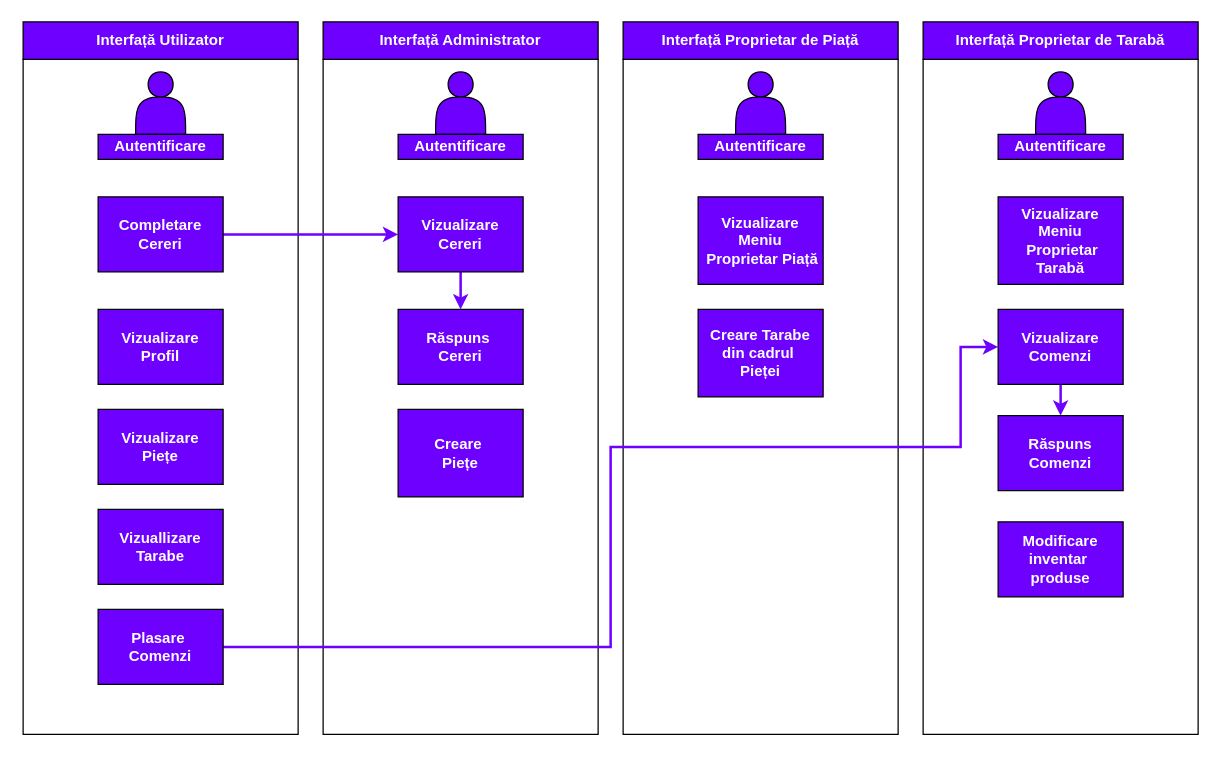
The draw.io diagram word/diagrame/modalitate-lucru-interfete.drawio in robertnitu02/proiect-diploma, before the edit. Source tidied: cells renumbered, new cells numbered last; positions are measured from the earlier drawing's top-left corner, leaving out a move shared by most shapes. Both pictures are drawn from the tidied source at 125%, with x=0, y=0 at pixel (22, 21).
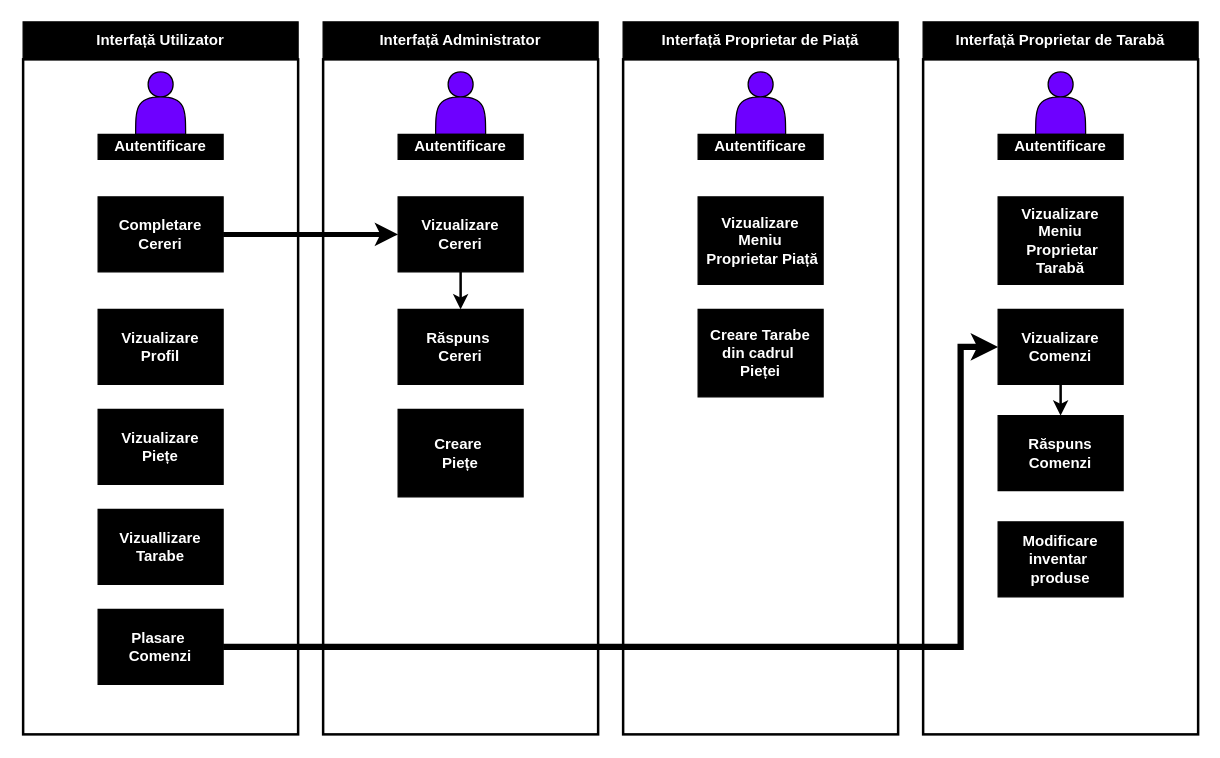
After the change.

What changed in the source:
```diff
@@
-    <mxCell id="2" style="rounded=0;whiteSpace=wrap;html=1;" parent="1" vertex="1">
+    <mxCell id="2" style="rounded=0;whiteSpace=wrap;html=1;strokeWidth=2;" parent="1" vertex="1">
       <mxGeometry y="30" width="220" height="540" as="geometry" />
     </mxCell>
-    <mxCell id="3" value="&lt;font style=&quot;color: rgb(255, 255, 255);&quot;&gt;&lt;b&gt;Interfață Utilizator&lt;/b&gt;&lt;/font&gt;" style="rounded=0;whiteSpace=wrap;html=1;fillStyle=solid;fillColor=#6E00FF;" parent="1" vertex="1">
+    <mxCell id="3" value="&lt;font style=&quot;color: rgb(255, 255, 255);&quot;&gt;&lt;b&gt;Interfață Utilizator&lt;/b&gt;&lt;/font&gt;" style="rounded=0;whiteSpace=wrap;html=1;fillStyle=solid;fillColor=#000000;" parent="1" vertex="1">
       <mxGeometry width="220" height="30" as="geometry" />
     </mxCell>
-    <mxCell id="4" style="rounded=0;whiteSpace=wrap;html=1;" parent="1" vertex="1">
+    <mxCell id="4" style="rounded=0;whiteSpace=wrap;html=1;strokeWidth=2;" parent="1" vertex="1">
       <mxGeometry x="240" y="30" width="220" height="540" as="geometry" />
     </mxCell>
-    <mxCell id="5" value="&lt;font style=&quot;color: rgb(255, 255, 255);&quot;&gt;&lt;b&gt;Interfață Administrator&lt;/b&gt;&lt;/font&gt;" style="rounded=0;whiteSpace=wrap;html=1;fillStyle=solid;fillColor=#6E00FF;" parent="1" vertex="1">
+    <mxCell id="5" value="&lt;font style=&quot;color: rgb(255, 255, 255);&quot;&gt;&lt;b&gt;Interfață Administrator&lt;/b&gt;&lt;/font&gt;" style="rounded=0;whiteSpace=wrap;html=1;fillStyle=solid;fillColor=#000000;" parent="1" vertex="1">
       <mxGeometry x="240" width="220" height="30" as="geometry" />
     </mxCell>
-    <mxCell id="6" style="rounded=0;whiteSpace=wrap;html=1;" parent="1" vertex="1">
+    <mxCell id="6" style="rounded=0;whiteSpace=wrap;html=1;strokeWidth=2;" parent="1" vertex="1">
       <mxGeometry x="480" y="30" width="220" height="540" as="geometry" />
     </mxCell>
-    <mxCell id="7" value="&lt;font style=&quot;color: rgb(255, 255, 255);&quot;&gt;&lt;b&gt;Interfață Proprietar de Piață&lt;/b&gt;&lt;/font&gt;" style="rounded=0;whiteSpace=wrap;html=1;fillStyle=solid;fillColor=#6E00FF;" parent="1" vertex="1">
+    <mxCell id="7" value="&lt;font style=&quot;color: rgb(255, 255, 255);&quot;&gt;&lt;b&gt;Interfață Proprietar de Piață&lt;/b&gt;&lt;/font&gt;" style="rounded=0;whiteSpace=wrap;html=1;fillStyle=solid;fillColor=#000000;" parent="1" vertex="1">
       <mxGeometry x="480" width="220" height="30" as="geometry" />
     </mxCell>
-    <mxCell id="8" style="rounded=0;whiteSpace=wrap;html=1;" parent="1" vertex="1">
+    <mxCell id="8" style="rounded=0;whiteSpace=wrap;html=1;strokeWidth=2;" parent="1" vertex="1">
       <mxGeometry x="720" y="30" width="220" height="540" as="geometry" />
     </mxCell>
-    <mxCell id="9" value="&lt;font style=&quot;color: rgb(255, 255, 255);&quot;&gt;&lt;b&gt;Interfață Proprietar de Tarabă&lt;/b&gt;&lt;/font&gt;" style="rounded=0;whiteSpace=wrap;html=1;fillStyle=solid;fillColor=#6E00FF;" parent="1" vertex="1">
+    <mxCell id="9" value="&lt;font style=&quot;color: rgb(255, 255, 255);&quot;&gt;&lt;b&gt;Interfață Proprietar de Tarabă&lt;/b&gt;&lt;/font&gt;" style="rounded=0;whiteSpace=wrap;html=1;fillStyle=solid;fillColor=#000000;" parent="1" vertex="1">
       <mxGeometry x="720" width="220" height="30" as="geometry" />
     </mxCell>
@@
-    <mxCell id="11" value="&lt;font style=&quot;color: rgb(255, 255, 255);&quot;&gt;&lt;b&gt;Autentificare&lt;/b&gt;&lt;/font&gt;" style="rounded=0;whiteSpace=wrap;html=1;fillColor=#6E00FF;" parent="1" vertex="1">
+    <mxCell id="11" value="&lt;font style=&quot;color: rgb(255, 255, 255);&quot;&gt;&lt;b&gt;Autentificare&lt;/b&gt;&lt;/font&gt;" style="rounded=0;whiteSpace=wrap;html=1;fillColor=#000000;" parent="1" vertex="1">
       <mxGeometry x="60" y="90" width="100" height="20" as="geometry" />
     </mxCell>
@@
-    <mxCell id="13" value="&lt;font style=&quot;color: rgb(255, 255, 255);&quot;&gt;&lt;b&gt;Autentificare&lt;/b&gt;&lt;/font&gt;" style="rounded=0;whiteSpace=wrap;html=1;fillColor=#6E00FF;" parent="1" vertex="1">
+    <mxCell id="13" value="&lt;font style=&quot;color: rgb(255, 255, 255);&quot;&gt;&lt;b&gt;Autentificare&lt;/b&gt;&lt;/font&gt;" style="rounded=0;whiteSpace=wrap;html=1;fillColor=#000000;" parent="1" vertex="1">
       <mxGeometry x="300" y="90" width="100" height="20" as="geometry" />
     </mxCell>
@@
-    <mxCell id="15" value="&lt;font style=&quot;color: rgb(255, 255, 255);&quot;&gt;&lt;b&gt;Autentificare&lt;/b&gt;&lt;/font&gt;" style="rounded=0;whiteSpace=wrap;html=1;fillColor=#6E00FF;" parent="1" vertex="1">
+    <mxCell id="15" value="&lt;font style=&quot;color: rgb(255, 255, 255);&quot;&gt;&lt;b&gt;Autentificare&lt;/b&gt;&lt;/font&gt;" style="rounded=0;whiteSpace=wrap;html=1;fillColor=#000000;" parent="1" vertex="1">
       <mxGeometry x="540" y="90" width="100" height="20" as="geometry" />
     </mxCell>
@@
-    <mxCell id="17" value="&lt;font style=&quot;color: rgb(255, 255, 255);&quot;&gt;&lt;b&gt;Autentificare&lt;/b&gt;&lt;/font&gt;" style="rounded=0;whiteSpace=wrap;html=1;fillColor=#6E00FF;" parent="1" vertex="1">
+    <mxCell id="17" value="&lt;font style=&quot;color: rgb(255, 255, 255);&quot;&gt;&lt;b&gt;Autentificare&lt;/b&gt;&lt;/font&gt;" style="rounded=0;whiteSpace=wrap;html=1;fillColor=#000000;" parent="1" vertex="1">
       <mxGeometry x="780" y="90" width="100" height="20" as="geometry" />
     </mxCell>
-    <mxCell id="18" style="edgeStyle=orthogonalEdgeStyle;rounded=0;jettySize=auto;html=1;entryX=0;entryY=0.5;entryDx=0;entryDy=0;strokeColor=#6E00FF;strokeWidth=2;" parent="1" edge="1" source="19" target="21">
+    <mxCell id="18" style="edgeStyle=orthogonalEdgeStyle;rounded=0;jettySize=auto;html=1;entryX=0;entryY=0.5;entryDx=0;entryDy=0;strokeColor=#000000;strokeWidth=4;" parent="1" edge="1" source="19" target="21">
       <mxGeometry relative="1" as="geometry" />
     </mxCell>
-    <mxCell id="19" value="&lt;font style=&quot;color: rgb(255, 255, 255);&quot;&gt;&lt;b&gt;Completare Cereri&lt;/b&gt;&lt;/font&gt;" style="rounded=0;whiteSpace=wrap;html=1;fillColor=#6E00FF;" parent="1" vertex="1">
+    <mxCell id="19" value="&lt;font style=&quot;color: rgb(255, 255, 255);&quot;&gt;&lt;b&gt;Completare Cereri&lt;/b&gt;&lt;/font&gt;" style="rounded=0;whiteSpace=wrap;html=1;fillColor=light-dark(#000000,#FFA5FF);" parent="1" vertex="1">
       <mxGeometry x="60" y="140" width="100" height="60" as="geometry" />
     </mxCell>
-    <mxCell id="20" style="edgeStyle=orthogonalEdgeStyle;rounded=0;jettySize=auto;html=1;strokeColor=#6E00FF;strokeWidth=2;" parent="1" edge="1" source="21" target="22">
+    <mxCell id="20" style="edgeStyle=orthogonalEdgeStyle;rounded=0;jettySize=auto;html=1;strokeColor=#000000;strokeWidth=2;" parent="1" edge="1" source="21" target="22">
       <mxGeometry relative="1" as="geometry" />
     </mxCell>
-    <mxCell id="21" value="&lt;font style=&quot;color: rgb(255, 255, 255);&quot;&gt;&lt;b&gt;Vizualizare Cereri&lt;/b&gt;&lt;/font&gt;" style="rounded=0;whiteSpace=wrap;html=1;fillColor=#6E00FF;" parent="1" vertex="1">
+    <mxCell id="21" value="&lt;font style=&quot;color: rgb(255, 255, 255);&quot;&gt;&lt;b&gt;Vizualizare Cereri&lt;/b&gt;&lt;/font&gt;" style="rounded=0;whiteSpace=wrap;html=1;fillColor=#000000;" parent="1" vertex="1">
       <mxGeometry x="300" y="140" width="100" height="60" as="geometry" />
     </mxCell>
-    <mxCell id="22" value="&lt;font color=&quot;#ffffff&quot;&gt;&lt;b&gt;Răspuns&amp;nbsp;&lt;/b&gt;&lt;/font&gt;&lt;div&gt;&lt;font color=&quot;#ffffff&quot;&gt;&lt;b&gt;Cereri&lt;/b&gt;&lt;/font&gt;&lt;/div&gt;" style="rounded=0;whiteSpace=wrap;html=1;fillColor=#6E00FF;" parent="1" vertex="1">
+    <mxCell id="22" value="&lt;font color=&quot;#ffffff&quot;&gt;&lt;b&gt;Răspuns&amp;nbsp;&lt;/b&gt;&lt;/font&gt;&lt;div&gt;&lt;font color=&quot;#ffffff&quot;&gt;&lt;b&gt;Cereri&lt;/b&gt;&lt;/font&gt;&lt;/div&gt;" style="rounded=0;whiteSpace=wrap;html=1;fillColor=#000000;" parent="1" vertex="1">
       <mxGeometry x="300" y="230" width="100" height="60" as="geometry" />
     </mxCell>
-    <mxCell id="23" value="&lt;font style=&quot;color: rgb(255, 255, 255);&quot;&gt;&lt;b&gt;Vizualizare&lt;/b&gt;&lt;/font&gt;&lt;div&gt;&lt;font style=&quot;color: rgb(255, 255, 255);&quot;&gt;&lt;b&gt;Profil&lt;/b&gt;&lt;/font&gt;&lt;/div&gt;" style="rounded=0;whiteSpace=wrap;html=1;fillColor=#6E00FF;" parent="1" vertex="1">
+    <mxCell id="23" value="&lt;font style=&quot;color: rgb(255, 255, 255);&quot;&gt;&lt;b&gt;Vizualizare&lt;/b&gt;&lt;/font&gt;&lt;div&gt;&lt;font style=&quot;color: rgb(255, 255, 255);&quot;&gt;&lt;b&gt;Profil&lt;/b&gt;&lt;/font&gt;&lt;/div&gt;" style="rounded=0;whiteSpace=wrap;html=1;fillColor=#000000;" parent="1" vertex="1">
       <mxGeometry x="60" y="230" width="100" height="60" as="geometry" />
     </mxCell>
-    <mxCell id="24" value="&lt;font color=&quot;#ffffff&quot;&gt;&lt;b&gt;Vizualizare&lt;/b&gt;&lt;/font&gt;&lt;div&gt;&lt;font color=&quot;#ffffff&quot;&gt;&lt;b&gt;Piețe&lt;/b&gt;&lt;/font&gt;&lt;/div&gt;" style="rounded=0;whiteSpace=wrap;html=1;fillColor=#6E00FF;" parent="1" vertex="1">
+    <mxCell id="24" value="&lt;font color=&quot;#ffffff&quot;&gt;&lt;b&gt;Vizualizare&lt;/b&gt;&lt;/font&gt;&lt;div&gt;&lt;font color=&quot;#ffffff&quot;&gt;&lt;b&gt;Piețe&lt;/b&gt;&lt;/font&gt;&lt;/div&gt;" style="rounded=0;whiteSpace=wrap;html=1;fillColor=#000000;" parent="1" vertex="1">
       <mxGeometry x="60" y="310" width="100" height="60" as="geometry" />
     </mxCell>
-    <mxCell id="25" value="&lt;font color=&quot;#ffffff&quot;&gt;&lt;b&gt;Vizuallizare Tarabe&lt;/b&gt;&lt;/font&gt;" style="rounded=0;whiteSpace=wrap;html=1;fillColor=#6E00FF;" parent="1" vertex="1">
+    <mxCell id="25" value="&lt;font color=&quot;#ffffff&quot;&gt;&lt;b&gt;Vizuallizare Tarabe&lt;/b&gt;&lt;/font&gt;" style="rounded=0;whiteSpace=wrap;html=1;fillColor=#000000;" parent="1" vertex="1">
       <mxGeometry x="60" y="390" width="100" height="60" as="geometry" />
     </mxCell>
-    <mxCell id="26" value="&lt;font color=&quot;#ffffff&quot;&gt;&lt;b&gt;Vizualizare Meniu&lt;/b&gt;&lt;/font&gt;&lt;div&gt;&lt;font color=&quot;#ffffff&quot;&gt;&lt;b&gt;&amp;nbsp;Proprietar Piață&lt;/b&gt;&lt;/font&gt;&lt;/div&gt;" style="rounded=0;whiteSpace=wrap;html=1;fillColor=#6E00FF;" parent="1" vertex="1">
+    <mxCell id="26" value="&lt;font color=&quot;#ffffff&quot;&gt;&lt;b&gt;Vizualizare Meniu&lt;/b&gt;&lt;/font&gt;&lt;div&gt;&lt;font color=&quot;#ffffff&quot;&gt;&lt;b&gt;&amp;nbsp;Proprietar Piață&lt;/b&gt;&lt;/font&gt;&lt;/div&gt;" style="rounded=0;whiteSpace=wrap;html=1;fillColor=#000000;" parent="1" vertex="1">
       <mxGeometry x="540" y="140" width="100" height="70" as="geometry" />
     </mxCell>
-    <mxCell id="27" value="&lt;div&gt;&lt;font color=&quot;#ffffff&quot;&gt;&lt;b&gt;Creare&amp;nbsp;&lt;/b&gt;&lt;/font&gt;&lt;/div&gt;&lt;div&gt;&lt;font color=&quot;#ffffff&quot;&gt;&lt;b&gt;Piețe&lt;/b&gt;&lt;/font&gt;&lt;/div&gt;" style="rounded=0;whiteSpace=wrap;html=1;fillColor=#6E00FF;" parent="1" vertex="1">
+    <mxCell id="27" value="&lt;div&gt;&lt;font color=&quot;#ffffff&quot;&gt;&lt;b&gt;Creare&amp;nbsp;&lt;/b&gt;&lt;/font&gt;&lt;/div&gt;&lt;div&gt;&lt;font color=&quot;#ffffff&quot;&gt;&lt;b&gt;Piețe&lt;/b&gt;&lt;/font&gt;&lt;/div&gt;" style="rounded=0;whiteSpace=wrap;html=1;fillColor=#000000;" parent="1" vertex="1">
       <mxGeometry x="300" y="310" width="100" height="70" as="geometry" />
     </mxCell>
-    <mxCell id="28" value="&lt;font color=&quot;#ffffff&quot;&gt;&lt;b&gt;Creare Tarabe din cadrul&amp;nbsp;&lt;/b&gt;&lt;/font&gt;&lt;div&gt;&lt;font color=&quot;#ffffff&quot;&gt;&lt;b&gt;Pieței&lt;/b&gt;&lt;/font&gt;&lt;/div&gt;" style="rounded=0;whiteSpace=wrap;html=1;fillColor=#6E00FF;" parent="1" vertex="1">
+    <mxCell id="28" value="&lt;font color=&quot;#ffffff&quot;&gt;&lt;b&gt;Creare Tarabe din cadrul&amp;nbsp;&lt;/b&gt;&lt;/font&gt;&lt;div&gt;&lt;font color=&quot;#ffffff&quot;&gt;&lt;b&gt;Pieței&lt;/b&gt;&lt;/font&gt;&lt;/div&gt;" style="rounded=0;whiteSpace=wrap;html=1;fillColor=#000000;" parent="1" vertex="1">
       <mxGeometry x="540" y="230" width="100" height="70" as="geometry" />
     </mxCell>
-    <mxCell id="29" value="&lt;font color=&quot;#ffffff&quot;&gt;&lt;b&gt;Vizualizare Meniu&lt;/b&gt;&lt;/font&gt;&lt;div&gt;&lt;font color=&quot;#ffffff&quot;&gt;&lt;b&gt;&amp;nbsp;Proprietar Tarabă&lt;/b&gt;&lt;/font&gt;&lt;/div&gt;" style="rounded=0;whiteSpace=wrap;html=1;fillColor=#6E00FF;" parent="1" vertex="1">
+    <mxCell id="29" value="&lt;font color=&quot;#ffffff&quot;&gt;&lt;b&gt;Vizualizare Meniu&lt;/b&gt;&lt;/font&gt;&lt;div&gt;&lt;font color=&quot;#ffffff&quot;&gt;&lt;b&gt;&amp;nbsp;Proprietar Tarabă&lt;/b&gt;&lt;/font&gt;&lt;/div&gt;" style="rounded=0;whiteSpace=wrap;html=1;fillColor=#000000;" parent="1" vertex="1">
       <mxGeometry x="780" y="140" width="100" height="70" as="geometry" />
     </mxCell>
-    <mxCell id="30" style="edgeStyle=orthogonalEdgeStyle;rounded=0;jettySize=auto;html=1;exitX=1;exitY=0.5;exitDx=0;exitDy=0;entryX=0;entryY=0.5;entryDx=0;entryDy=0;strokeColor=#6E00FF;strokeWidth=2;" parent="1" edge="1" source="31" target="33">
+    <mxCell id="30" style="edgeStyle=orthogonalEdgeStyle;rounded=0;jettySize=auto;html=1;exitX=1;exitY=0.5;exitDx=0;exitDy=0;entryX=0;entryY=0.5;entryDx=0;entryDy=0;strokeColor=#000000;strokeWidth=5;" parent="1" edge="1" source="31" target="33">
       <mxGeometry relative="1" as="geometry">
         <Array as="points">
-          <mxPoint x="470" y="500" />
-          <mxPoint x="470" y="340" />
-          <mxPoint x="750" y="340" />
+          <mxPoint x="750" y="500" />
           <mxPoint x="750" y="260" />
         </Array>
       </mxGeometry>
     </mxCell>
-    <mxCell id="31" value="&lt;font color=&quot;#ffffff&quot;&gt;&lt;b&gt;Plasare&amp;nbsp;&lt;/b&gt;&lt;/font&gt;&lt;div&gt;&lt;font color=&quot;#ffffff&quot;&gt;&lt;b&gt;Comenzi&lt;/b&gt;&lt;/font&gt;&lt;/div&gt;" style="rounded=0;whiteSpace=wrap;html=1;fillColor=#6E00FF;" parent="1" vertex="1">
+    <mxCell id="31" value="&lt;font color=&quot;#ffffff&quot;&gt;&lt;b&gt;Plasare&amp;nbsp;&lt;/b&gt;&lt;/font&gt;&lt;div&gt;&lt;font color=&quot;#ffffff&quot;&gt;&lt;b&gt;Comenzi&lt;/b&gt;&lt;/font&gt;&lt;/div&gt;" style="rounded=0;whiteSpace=wrap;html=1;fillColor=#000000;" parent="1" vertex="1">
       <mxGeometry x="60" y="470" width="100" height="60" as="geometry" />
     </mxCell>
-    <mxCell id="32" style="edgeStyle=orthogonalEdgeStyle;rounded=0;jettySize=auto;html=1;strokeWidth=2;strokeColor=#6E00FF;" parent="1" edge="1" source="33" target="34">
+    <mxCell id="32" style="edgeStyle=orthogonalEdgeStyle;rounded=0;jettySize=auto;html=1;strokeWidth=2;strokeColor=#000000;" parent="1" edge="1" source="33" target="34">
       <mxGeometry relative="1" as="geometry" />
     </mxCell>
-    <mxCell id="33" value="&lt;font color=&quot;#ffffff&quot;&gt;&lt;b&gt;Vizualizare Comenzi&lt;/b&gt;&lt;/font&gt;" style="rounded=0;whiteSpace=wrap;html=1;fillColor=#6E00FF;" parent="1" vertex="1">
+    <mxCell id="33" value="&lt;font color=&quot;#ffffff&quot;&gt;&lt;b&gt;Vizualizare Comenzi&lt;/b&gt;&lt;/font&gt;" style="rounded=0;whiteSpace=wrap;html=1;fillColor=#000000;" parent="1" vertex="1">
       <mxGeometry x="780" y="230" width="100" height="60" as="geometry" />
     </mxCell>
-    <mxCell id="34" value="&lt;font color=&quot;#ffffff&quot;&gt;&lt;b&gt;Răspuns Comenzi&lt;/b&gt;&lt;/font&gt;" style="rounded=0;whiteSpace=wrap;html=1;fillColor=#6E00FF;" parent="1" vertex="1">
+    <mxCell id="34" value="&lt;font color=&quot;#ffffff&quot;&gt;&lt;b&gt;Răspuns Comenzi&lt;/b&gt;&lt;/font&gt;" style="rounded=0;whiteSpace=wrap;html=1;fillColor=#000000;" parent="1" vertex="1">
       <mxGeometry x="780" y="315" width="100" height="60" as="geometry" />
     </mxCell>
-    <mxCell id="35" value="&lt;font color=&quot;#ffffff&quot;&gt;&lt;b&gt;Modificare inventar&amp;nbsp;&lt;/b&gt;&lt;/font&gt;&lt;div&gt;&lt;font color=&quot;#ffffff&quot;&gt;&lt;b&gt;produse&lt;/b&gt;&lt;/font&gt;&lt;/div&gt;" style="rounded=0;whiteSpace=wrap;html=1;fillColor=#6E00FF;" parent="1" vertex="1">
+    <mxCell id="35" value="&lt;font color=&quot;#ffffff&quot;&gt;&lt;b&gt;Modificare inventar&amp;nbsp;&lt;/b&gt;&lt;/font&gt;&lt;div&gt;&lt;font color=&quot;#ffffff&quot;&gt;&lt;b&gt;produse&lt;/b&gt;&lt;/font&gt;&lt;/div&gt;" style="rounded=0;whiteSpace=wrap;html=1;fillColor=#000000;" parent="1" vertex="1">
       <mxGeometry x="780" y="400" width="100" height="60" as="geometry" />
     </mxCell>
```
